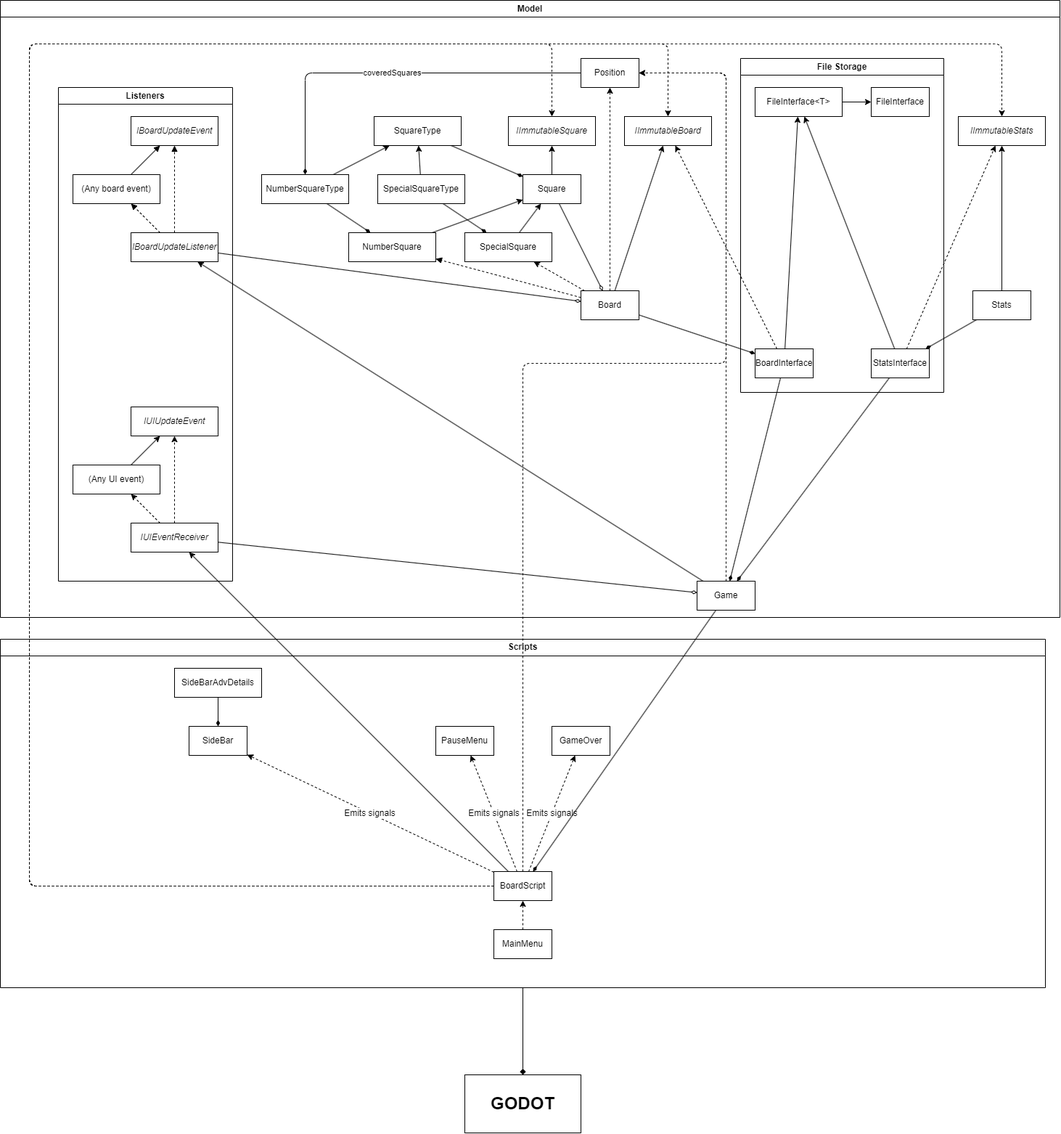
SmileyFace799/GodotSweeper-Infinite keeps this draw.io diagram as Project docs/new class diagram.png. Above is the earlier version. Source tidied: cells renumbered, new cells last; positions are measured from the earlier drawing's top-left corner, leaving out a move shared by most shapes.
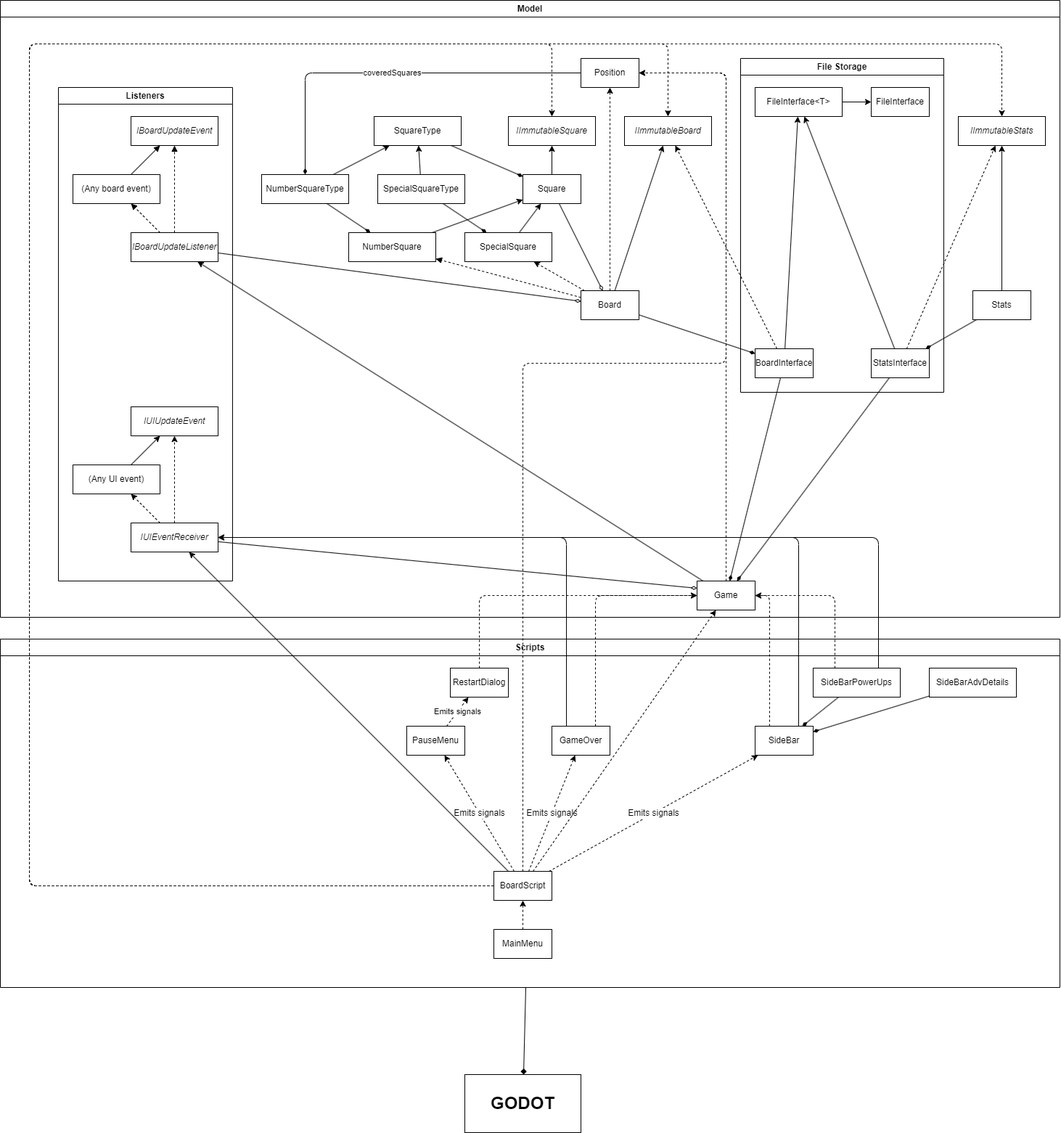
The same file after the commit.

Commit message:
Finished report, added time table, fixed up class diagram

Change to the diagram source:
```diff
@@ -181,7 +181,7 @@
     <mxCell id="58" style="edgeStyle=none;html=1;endArrow=diamondThin;endFill=0;" parent="2" edge="1" source="48" target="8">
       <mxGeometry relative="1" as="geometry" />
     </mxCell>
-    <mxCell id="59" style="edgeStyle=none;html=1;endArrow=diamondThin;endFill=0;" parent="2" edge="1" source="57" target="31">
+    <mxCell id="59" style="edgeStyle=none;html=1;endArrow=diamondThin;endFill=0;entryX=0;entryY=0.25;entryDx=0;entryDy=0;" parent="2" edge="1" source="57" target="31">
       <mxGeometry relative="1" as="geometry" />
     </mxCell>
     <mxCell id="60" style="edgeStyle=none;html=1;dashed=1;fontSize=12;endArrow=classic;endFill=1;" parent="2" edge="1" source="38" target="41">
@@ -194,7 +194,7 @@
       <mxGeometry relative="1" as="geometry" />
     </mxCell>
     <mxCell id="63" value="Scripts" style="swimlane;whiteSpace=wrap;html=1;" parent="1" vertex="1">
-      <mxGeometry y="880" width="1440" height="480" as="geometry" />
+      <mxGeometry y="880" width="1460" height="480" as="geometry" />
     </mxCell>
     <mxCell id="64" value="GameOver" style="rounded=0;whiteSpace=wrap;html=1;fontSize=12;" parent="63" vertex="1">
       <mxGeometry x="760" y="120" width="80" height="40" as="geometry" />
@@ -217,24 +217,33 @@
     <mxCell id="70" value="MainMenu" style="rounded=0;whiteSpace=wrap;html=1;fontSize=12;" parent="63" vertex="1">
       <mxGeometry x="680" y="400" width="80" height="40" as="geometry" />
     </mxCell>
+    <mxCell id="82" value="Emits signals" style="edgeStyle=none;html=1;endArrow=classic;endFill=1;dashed=1;" parent="63" edge="1" source="71" target="85">
+      <mxGeometry relative="1" as="geometry" />
+    </mxCell>
     <mxCell id="71" value="PauseMenu" style="rounded=0;whiteSpace=wrap;html=1;fontSize=12;" parent="63" vertex="1">
-      <mxGeometry x="600" y="120" width="80" height="40" as="geometry" />
+      <mxGeometry x="560" y="120" width="80" height="40" as="geometry" />
     </mxCell>
     <mxCell id="72" style="edgeStyle=none;html=1;fontSize=12;endArrow=diamondThin;endFill=1;" parent="63" edge="1" source="73" target="74">
       <mxGeometry relative="1" as="geometry" />
     </mxCell>
     <mxCell id="73" value="SideBarAdvDetails" style="rounded=0;whiteSpace=wrap;html=1;fontSize=12;" parent="63" vertex="1">
-      <mxGeometry x="240" y="40" width="120" height="40" as="geometry" />
+      <mxGeometry x="1280" y="40" width="120" height="40" as="geometry" />
     </mxCell>
     <mxCell id="74" value="SideBar" style="rounded=0;whiteSpace=wrap;html=1;fontSize=12;" parent="63" vertex="1">
-      <mxGeometry x="260" y="120" width="80" height="40" as="geometry" />
+      <mxGeometry x="1040" y="120" width="80" height="40" as="geometry" />
     </mxCell>
+    <mxCell id="83" style="edgeStyle=none;html=1;endArrow=diamondThin;endFill=1;" parent="63" edge="1" source="84" target="74">
+      <mxGeometry relative="1" as="geometry" />
+    </mxCell>
+    <mxCell id="84" value="SideBarPowerUps" style="rounded=0;whiteSpace=wrap;html=1;fontSize=12;" parent="63" vertex="1">
+      <mxGeometry x="1120" y="40" width="120" height="40" as="geometry" />
+    </mxCell>
+    <mxCell id="85" value="RestartDialog" style="rounded=0;whiteSpace=wrap;html=1;fontSize=12;" parent="63" vertex="1">
+      <mxGeometry x="620" y="40" width="80" height="40" as="geometry" />
+    </mxCell>
     <mxCell id="75" value="&lt;b&gt;&lt;font style=&quot;font-size: 24px;&quot;&gt;GODOT&lt;/font&gt;&lt;/b&gt;" style="rounded=0;whiteSpace=wrap;html=1;" parent="1" vertex="1">
       <mxGeometry x="640" y="1480" width="160" height="80" as="geometry" />
     </mxCell>
-    <mxCell id="76" style="edgeStyle=none;html=1;fontSize=12;endArrow=diamondThin;endFill=1;" parent="1" edge="1" source="31" target="68">
-      <mxGeometry relative="1" as="geometry" />
-    </mxCell>
     <mxCell id="77" style="edgeStyle=none;html=1;fontSize=12;endArrow=classic;endFill=1;" parent="1" edge="1" source="68" target="57">
       <mxGeometry relative="1" as="geometry" />
     </mxCell>
@@ -274,5 +283,57 @@
         </Array>
       </mxGeometry>
     </mxCell>
+    <mxCell id="86" style="edgeStyle=none;html=1;dashed=1;endArrow=classic;endFill=1;" parent="1" edge="1" source="68" target="31">
+      <mxGeometry relative="1" as="geometry" />
+    </mxCell>
+    <mxCell id="87" style="edgeStyle=none;html=1;dashed=1;endArrow=classic;endFill=1;exitX=0.75;exitY=0;exitDx=0;exitDy=0;" parent="1" edge="1" source="64" target="31">
+      <mxGeometry relative="1" as="geometry">
+        <Array as="points">
+          <mxPoint x="820" y="820" />
+        </Array>
+      </mxGeometry>
+    </mxCell>
+    <mxCell id="88" style="edgeStyle=none;html=1;dashed=1;endArrow=classic;endFill=1;" parent="1" edge="1" source="85" target="31">
+      <mxGeometry relative="1" as="geometry">
+        <Array as="points">
+          <mxPoint x="660" y="820" />
+        </Array>
+      </mxGeometry>
+    </mxCell>
+    <mxCell id="89" style="edgeStyle=none;html=1;dashed=1;endArrow=classic;endFill=1;exitX=0.25;exitY=0;exitDx=0;exitDy=0;" parent="1" edge="1" source="74" target="31">
+      <mxGeometry relative="1" as="geometry">
+        <Array as="points">
+          <mxPoint x="1060" y="820" />
+        </Array>
+      </mxGeometry>
+    </mxCell>
+    <mxCell id="90" style="edgeStyle=none;html=1;endArrow=classic;endFill=1;exitX=0.25;exitY=0;exitDx=0;exitDy=0;" parent="1" edge="1" source="64" target="57">
+      <mxGeometry relative="1" as="geometry">
+        <Array as="points">
+          <mxPoint x="780" y="740" />
+        </Array>
+      </mxGeometry>
+    </mxCell>
+    <mxCell id="91" style="edgeStyle=none;html=1;endArrow=classic;endFill=1;exitX=0.75;exitY=0;exitDx=0;exitDy=0;" parent="1" edge="1" source="74" target="57">
+      <mxGeometry relative="1" as="geometry">
+        <Array as="points">
+          <mxPoint x="1100" y="740" />
+        </Array>
+      </mxGeometry>
+    </mxCell>
+    <mxCell id="92" style="edgeStyle=none;html=1;endArrow=classic;endFill=1;exitX=0.75;exitY=0;exitDx=0;exitDy=0;" parent="1" edge="1" source="84" target="57">
+      <mxGeometry relative="1" as="geometry">
+        <Array as="points">
+          <mxPoint x="1210" y="740" />
+        </Array>
+      </mxGeometry>
+    </mxCell>
+    <mxCell id="93" style="edgeStyle=none;html=1;endArrow=classic;endFill=1;dashed=1;exitX=0.25;exitY=0;exitDx=0;exitDy=0;" parent="1" edge="1" source="84" target="31">
+      <mxGeometry relative="1" as="geometry">
+        <Array as="points">
+          <mxPoint x="1150" y="820" />
+        </Array>
+      </mxGeometry>
+    </mxCell>
   </root>
 </mxGraphModel>
```
